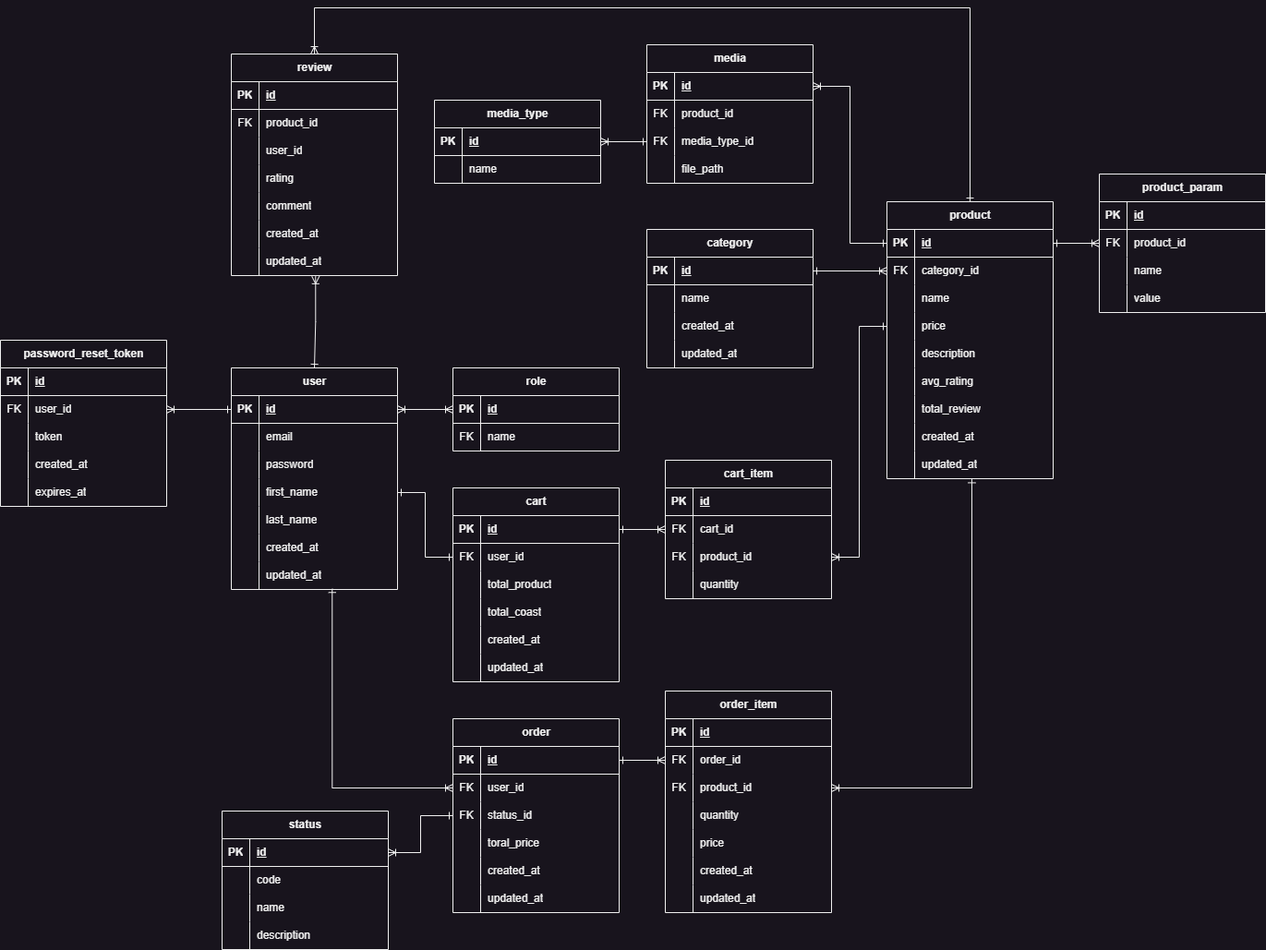
The draw.io diagram docs/db/uml_DB_black.png in Deonniss/GusliStore, before a commit. Source tidied: cells renumbered, new cells last; positions are measured from the earlier drawing's top-left corner, leaving out a move shared by most shapes.
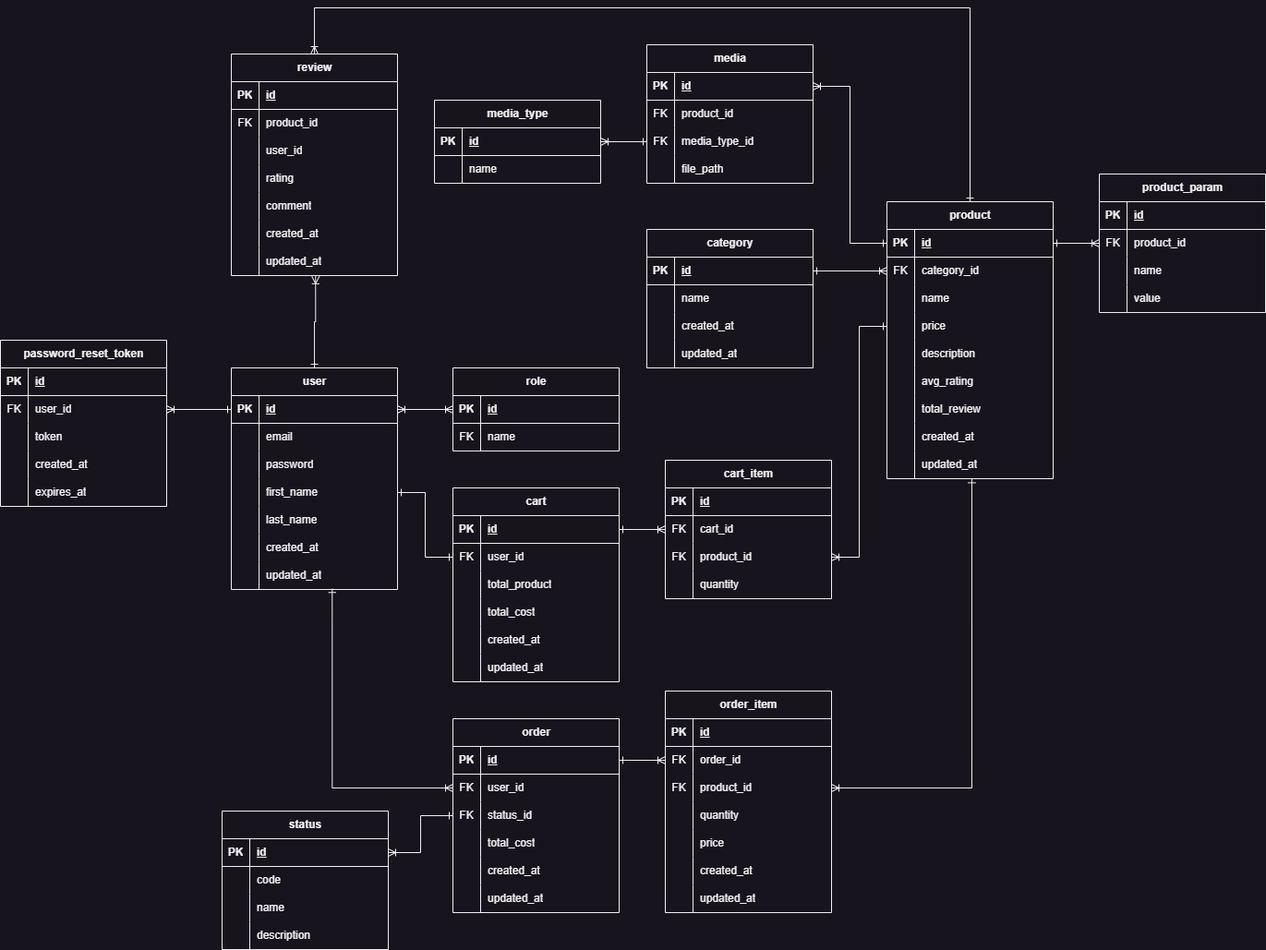
Later version of the same file.

The edit, as a diff of the source:
```diff
@@ -413,7 +413,7 @@
     <mxCell id="138" style="shape=partialRectangle;fillColor=none;top=0;left=0;bottom=0;right=0;overflow=hidden;whiteSpace=wrap;html=1;" parent="137" vertex="1">
       <mxGeometry width="30" height="30" as="geometry" />
     </mxCell>
-    <mxCell id="139" value="total_coast" style="shape=partialRectangle;fillColor=none;top=0;left=0;bottom=0;right=0;align=left;spacingLeft=6;overflow=hidden;whiteSpace=wrap;html=1;" parent="137" vertex="1">
+    <mxCell id="139" value="total_cost" style="shape=partialRectangle;fillColor=none;top=0;left=0;bottom=0;right=0;align=left;spacingLeft=6;overflow=hidden;whiteSpace=wrap;html=1;" parent="137" vertex="1">
       <mxGeometry x="30" width="150" height="30" as="geometry" />
     </mxCell>
     <mxCell id="140" style="shape=tableRow;horizontal=0;startSize=0;swimlaneHead=0;swimlaneBody=0;fillColor=none;top=0;left=0;right=0;bottom=0;" parent="127" vertex="1">
@@ -518,7 +518,7 @@
     <mxCell id="173" style="shape=partialRectangle;fillColor=none;top=0;left=0;bottom=0;right=0;overflow=hidden;whiteSpace=wrap;html=1;" parent="172" vertex="1">
       <mxGeometry width="30" height="30" as="geometry" />
     </mxCell>
-    <mxCell id="174" value="toral_price" style="shape=partialRectangle;fillColor=none;top=0;left=0;bottom=0;right=0;align=left;spacingLeft=6;overflow=hidden;whiteSpace=wrap;html=1;" parent="172" vertex="1">
+    <mxCell id="174" value="total_cost" style="shape=partialRectangle;fillColor=none;top=0;left=0;bottom=0;right=0;align=left;spacingLeft=6;overflow=hidden;whiteSpace=wrap;html=1;" parent="172" vertex="1">
       <mxGeometry x="30" width="150" height="30" as="geometry" />
     </mxCell>
     <mxCell id="175" style="shape=tableRow;horizontal=0;startSize=0;swimlaneHead=0;swimlaneBody=0;fillColor=none;top=0;left=0;right=0;bottom=0;" parent="162" vertex="1">
```
